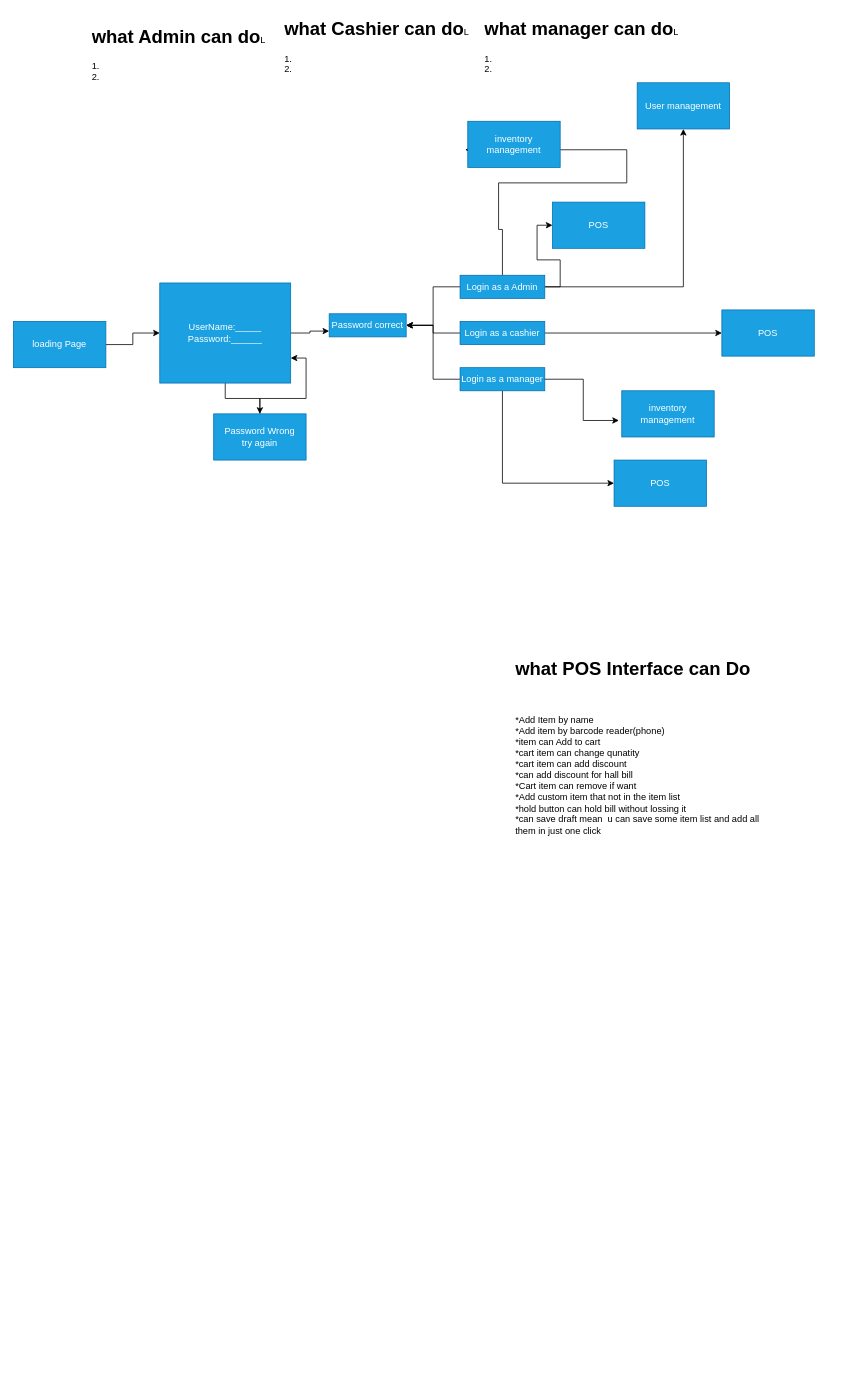
The draw.io diagram oop.drawio in HALO444/Super-Market-POS, before the edit. Source tidied: cells renumbered, new cells numbered last; positions are measured from the earlier drawing's top-left corner, leaving out a move shared by most shapes. Both pictures are drawn from the tidied source at 77%, with x=0, y=0 at pixel (13, 13).
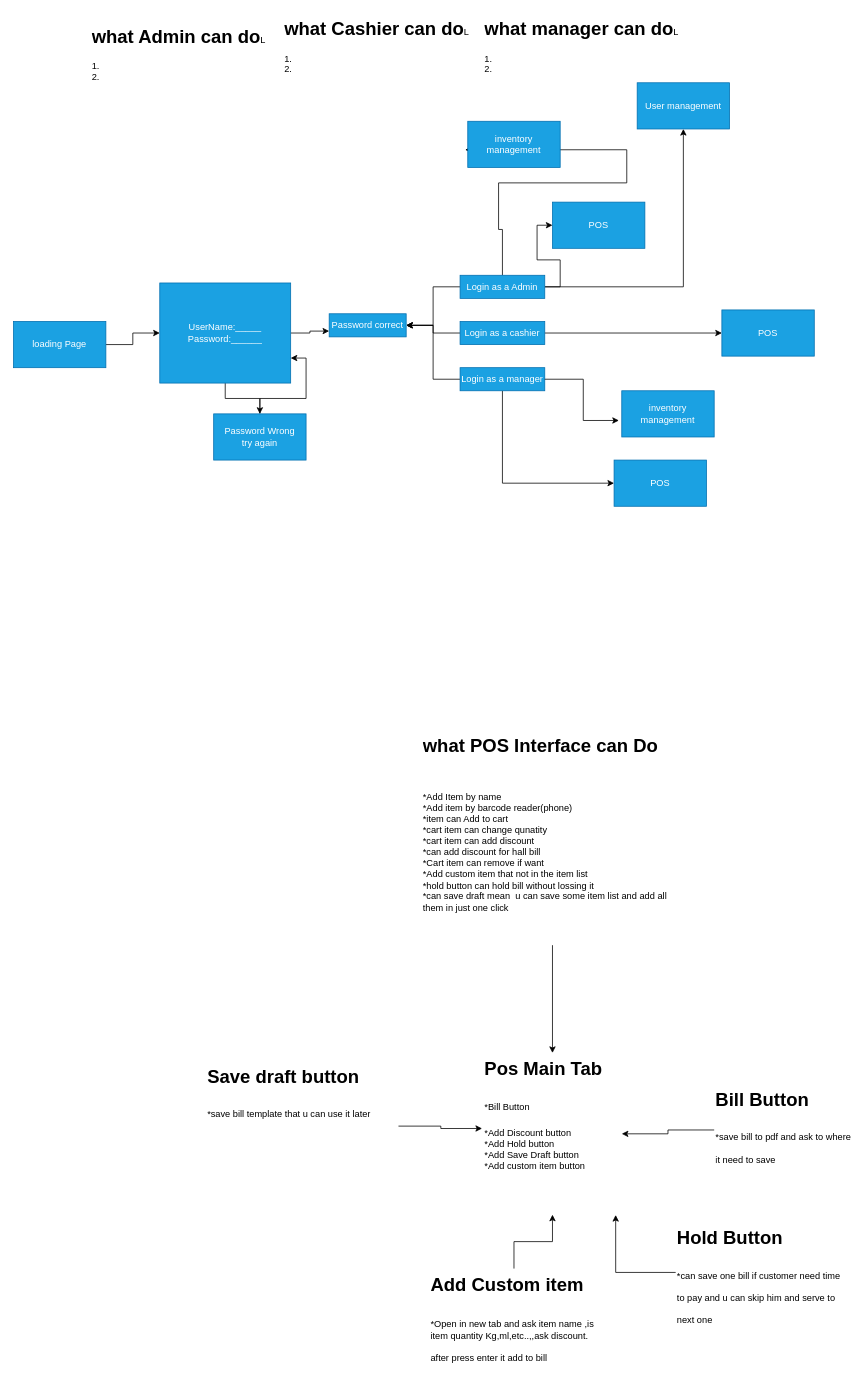
After the change.

Commit message:
Docs:update system diagram

What changed in the source:
```diff
@@
+    <mxCell id="32" style="edgeStyle=orthogonalEdgeStyle;rounded=0;jettySize=auto;html=1;defaultLabelBackgroundColor=page;labelPadding=0 4;" parent="1" edge="1" source="31" target="33">
+      <mxGeometry relative="1" as="geometry" />
+    </mxCell>
     <mxCell id="31" value="&lt;h1 style=&quot;margin-top: 0px;&quot;&gt;what POS Interface can Do&lt;br&gt;&lt;br&gt;&lt;/h1&gt;&lt;div&gt;*Add Item by name&lt;/div&gt;&lt;div&gt;&lt;span style=&quot;background-color: transparent; color: light-dark(#000000, var(--ge-light-color, #ffffff));&quot;&gt;*Add item by barcode reader(phone)&lt;/span&gt;&lt;/div&gt;&lt;div&gt;*item can Add to cart&lt;/div&gt;&lt;div&gt;*cart item can change qunatity&lt;/div&gt;&lt;div&gt;*cart item can add discount&lt;/div&gt;&lt;div&gt;*can add discount for hall bill&amp;nbsp;&lt;/div&gt;&lt;div&gt;*Cart item can remove if want&lt;/div&gt;&lt;div&gt;*Add custom item that not in the item list&lt;/div&gt;&lt;div&gt;*hold button can hold bill without lossing it&lt;/div&gt;&lt;div&gt;*can save draft mean&amp;nbsp; u can save some item list and add all them in just one click&lt;/div&gt;&lt;div&gt;&lt;br&gt;&lt;/div&gt;&lt;div&gt;&lt;br&gt;&lt;/div&gt;&lt;div&gt;&lt;br&gt;&lt;/div&gt;&lt;p&gt;&lt;br&gt;&lt;/p&gt;" style="text;html=1;whiteSpace=wrap;overflow=hidden;rounded=0;" parent="1" vertex="1">
-      <mxGeometry x="650" y="830" width="340" height="280" as="geometry" />
+      <mxGeometry x="530" y="930" width="340" height="280" as="geometry" />
     </mxCell>
+    <mxCell id="33" value="&lt;h1 style=&quot;margin-top: 0px;&quot;&gt;&lt;span style=&quot;background-color: transparent; color: light-dark(#000000, var(--ge-light-color, #ffffff));&quot;&gt;Pos Main Tab&lt;/span&gt;&lt;/h1&gt;&lt;h1 style=&quot;margin-top: 0px;&quot;&gt;&lt;span style=&quot;font-size: 12px; font-weight: 400;&quot;&gt;*Bill Button&lt;/span&gt;&lt;/h1&gt;&lt;div&gt;&lt;span style=&quot;font-size: 12px; font-weight: 400;&quot;&gt;*Add Discount button&lt;/span&gt;&lt;/div&gt;&lt;div&gt;&lt;span style=&quot;font-size: 12px; font-weight: 400;&quot;&gt;*Add Hold button&lt;/span&gt;&lt;/div&gt;&lt;div&gt;&lt;span style=&quot;font-size: 12px; font-weight: 400;&quot;&gt;*Add Save Draft button&lt;/span&gt;&lt;/div&gt;&lt;div&gt;&lt;span style=&quot;font-size: 12px; font-weight: 400;&quot;&gt;*Add custom item button&lt;/span&gt;&lt;/div&gt;&lt;div&gt;&lt;br&gt;&lt;/div&gt;&lt;div&gt;&lt;span style=&quot;font-size: 12px; font-weight: 400;&quot;&gt;&lt;br&gt;&lt;/span&gt;&lt;/div&gt;&lt;div&gt;&lt;span style=&quot;font-size: 12px; font-weight: 400;&quot;&gt;&lt;br&gt;&lt;/span&gt;&lt;/div&gt;&lt;div&gt;&lt;span style=&quot;font-size: 12px; font-weight: 400;&quot;&gt;&lt;br&gt;&lt;/span&gt;&lt;/div&gt;" style="text;html=1;whiteSpace=wrap;overflow=hidden;rounded=0;" parent="1" vertex="1">
+      <mxGeometry x="610" y="1350" width="180" height="210" as="geometry" />
+    </mxCell>
+    <mxCell id="34" style="edgeStyle=orthogonalEdgeStyle;rounded=0;jettySize=auto;html=1;defaultLabelBackgroundColor=page;labelPadding=0 4;" parent="1" edge="1" source="35" target="33">
+      <mxGeometry relative="1" as="geometry" />
+    </mxCell>
+    <mxCell id="35" value="&lt;h1 style=&quot;margin-top: 0px;&quot;&gt;Bill Button&lt;/h1&gt;&lt;h1 style=&quot;margin-top: 0px;&quot;&gt;&lt;span style=&quot;font-size: 12px; font-weight: 400;&quot;&gt;*save bill to pdf and ask to where it need to save&lt;/span&gt;&lt;/h1&gt;" style="text;html=1;whiteSpace=wrap;overflow=hidden;rounded=0;" parent="1" vertex="1">
+      <mxGeometry x="910" y="1390" width="180" height="120" as="geometry" />
+    </mxCell>
+    <mxCell id="36" value="&lt;h1 style=&quot;margin-top: 0px;&quot;&gt;Hold Button&lt;/h1&gt;&lt;h1 style=&quot;margin-top: 0px;&quot;&gt;&lt;span style=&quot;font-size: 12px; font-weight: 400;&quot;&gt;*can save one bill if customer need time to pay and u can skip him and serve to next one&lt;/span&gt;&lt;/h1&gt;" style="text;html=1;whiteSpace=wrap;overflow=hidden;rounded=0;" parent="1" vertex="1">
+      <mxGeometry x="860" y="1570" width="220" height="130" as="geometry" />
+    </mxCell>
+    <mxCell id="37" value="&lt;h1 style=&quot;margin-top: 0px;&quot;&gt;&lt;span style=&quot;background-color: transparent; color: light-dark(#000000, var(--ge-light-color, #ffffff));&quot;&gt;Save draft button&lt;/span&gt;&lt;/h1&gt;&lt;h1 style=&quot;margin-top: 0px;&quot;&gt;&lt;span style=&quot;font-size: 12px; font-weight: 400; background-color: transparent; color: light-dark(#000000, var(--ge-light-color, #ffffff));&quot;&gt;*save bill template that u can use it later&lt;/span&gt;&lt;/h1&gt;" style="text;html=1;whiteSpace=wrap;overflow=hidden;rounded=0;" parent="1" vertex="1">
+      <mxGeometry x="250" y="1360" width="250" height="170" as="geometry" />
+    </mxCell>
+    <mxCell id="38" style="edgeStyle=orthogonalEdgeStyle;rounded=0;jettySize=auto;html=1;defaultLabelBackgroundColor=page;labelPadding=0 4;" parent="1" edge="1" source="39" target="33">
+      <mxGeometry relative="1" as="geometry" />
+    </mxCell>
+    <mxCell id="39" value="&lt;h1 style=&quot;margin-top: 0px;&quot;&gt;&lt;span style=&quot;background-color: transparent; color: light-dark(#000000, var(--ge-light-color, #ffffff));&quot;&gt;Add Custom item&lt;/span&gt;&lt;/h1&gt;&lt;div&gt;&lt;span style=&quot;background-color: transparent; color: light-dark(#000000, var(--ge-light-color, #ffffff));&quot;&gt;&lt;br&gt;&lt;/span&gt;&lt;/div&gt;&lt;div&gt;&lt;span style=&quot;background-color: transparent; color: light-dark(#000000, var(--ge-light-color, #ffffff));&quot;&gt;*Open in new tab and ask item name ,is item&amp;nbsp;&lt;/span&gt;&lt;span style=&quot;background-color: transparent; color: light-dark(#000000, var(--ge-light-color, #ffffff));&quot;&gt;quantity&lt;/span&gt;&lt;span style=&quot;background-color: transparent; color: light-dark(#000000, var(--ge-light-color, #ffffff));&quot;&gt;&amp;nbsp;Kg,ml,etc..,,ask discount.&lt;br&gt;&lt;br&gt;after press enter it add to bill&lt;/span&gt;&lt;/div&gt;" style="text;html=1;whiteSpace=wrap;overflow=hidden;rounded=0;" parent="1" vertex="1">
+      <mxGeometry x="540" y="1630" width="220" height="120" as="geometry" />
+    </mxCell>
+    <mxCell id="40" style="edgeStyle=orthogonalEdgeStyle;rounded=0;jettySize=auto;html=1;entryX=-0.008;entryY=0.467;entryDx=0;entryDy=0;entryPerimeter=0;defaultLabelBackgroundColor=page;labelPadding=0 4;" parent="1" edge="1" source="37" target="33">
+      <mxGeometry relative="1" as="geometry" />
+    </mxCell>
+    <mxCell id="41" style="edgeStyle=orthogonalEdgeStyle;rounded=0;jettySize=auto;html=1;entryX=0.956;entryY=1.002;entryDx=0;entryDy=0;entryPerimeter=0;defaultLabelBackgroundColor=page;labelPadding=0 4;" parent="1" edge="1" source="36" target="33">
+      <mxGeometry relative="1" as="geometry" />
+    </mxCell>
```
